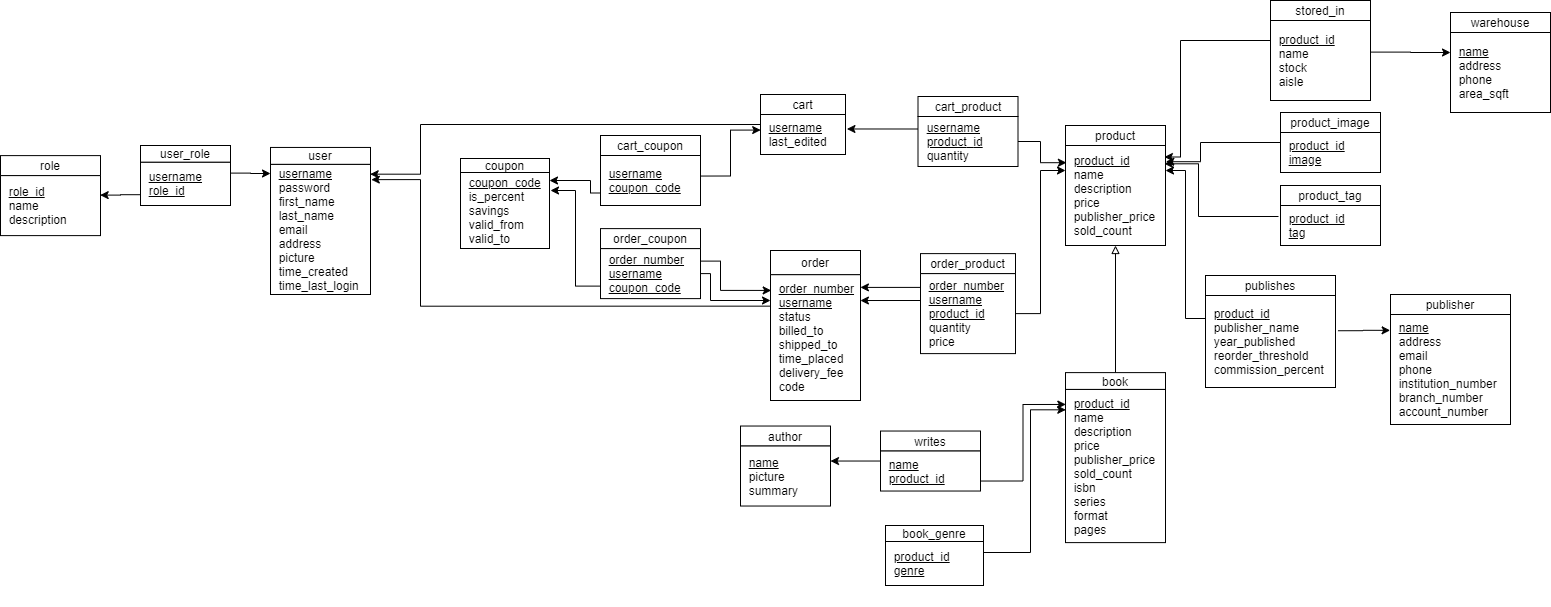
This is sql/images/schemaDiagram.png from liaocanada/online-bookstore, a draw.io export, as it was before one commit. Source tidied: cells renumbered, new cells last; positions are measured from the earlier drawing's top-left corner, leaving out a move shared by most shapes.
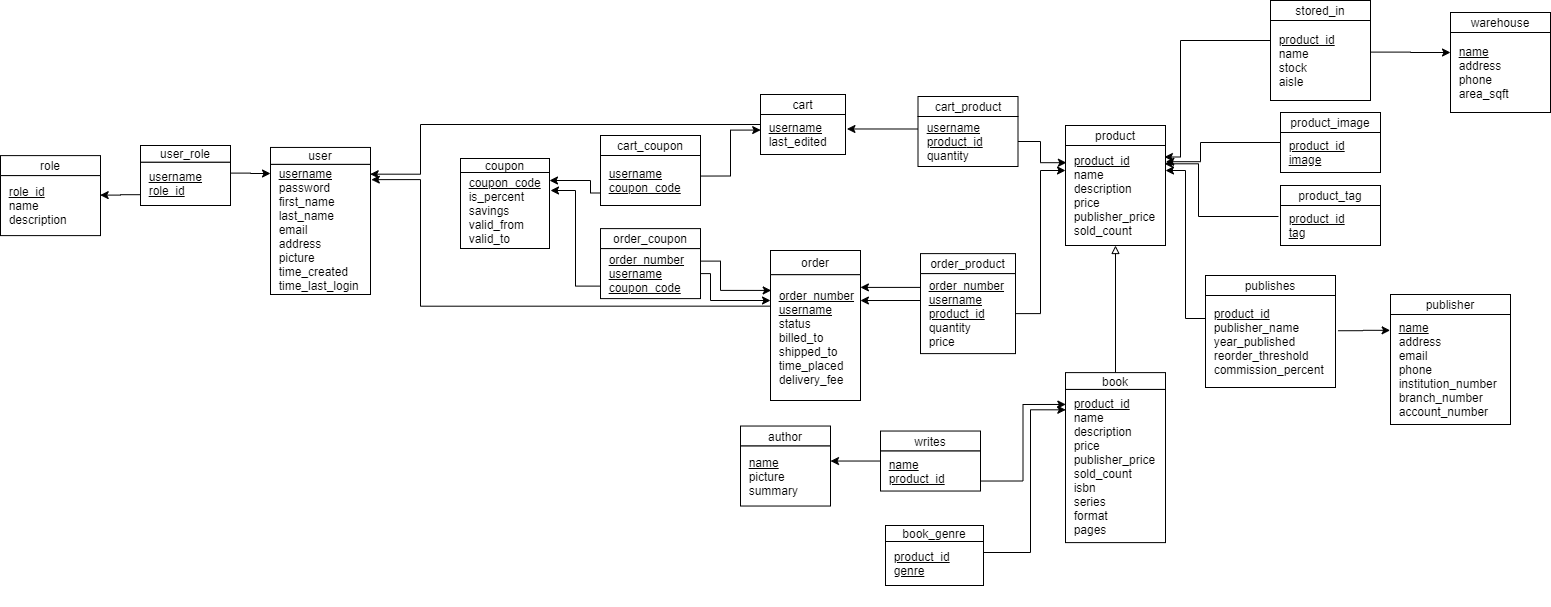
Above is the later version.

What changed in the source:
```diff
@@ -17,7 +17,7 @@
     <mxCell id="6" value="order" style="rounded=0;whiteSpace=wrap;html=1;" parent="5" vertex="1">
       <mxGeometry width="90" height="24.2" as="geometry" />
     </mxCell>
-    <mxCell id="7" value="&amp;nbsp; &lt;u&gt;order_number&lt;br&gt;&lt;/u&gt;&amp;nbsp; &lt;u&gt;username&lt;/u&gt;&lt;br&gt;&amp;nbsp; status&lt;br&gt;&amp;nbsp; billed_to&lt;br&gt;&amp;nbsp; shipped_to&lt;br&gt;&amp;nbsp; time_placed&lt;br&gt;&amp;nbsp; delivery_fee&lt;br&gt;&amp;nbsp; code" style="rounded=0;whiteSpace=wrap;html=1;align=left;" parent="5" vertex="1">
+    <mxCell id="7" value="&amp;nbsp; &lt;u&gt;order_number&lt;br&gt;&lt;/u&gt;&amp;nbsp; &lt;u&gt;username&lt;/u&gt;&lt;br&gt;&amp;nbsp; status&lt;br&gt;&amp;nbsp; billed_to&lt;br&gt;&amp;nbsp; shipped_to&lt;br&gt;&amp;nbsp; time_placed&lt;br&gt;&amp;nbsp; delivery_fee" style="rounded=0;whiteSpace=wrap;html=1;align=left;" parent="5" vertex="1">
       <mxGeometry y="24.2" width="90" height="125.8" as="geometry" />
     </mxCell>
     <mxCell id="8" style="group;" parent="1" vertex="1">
```
